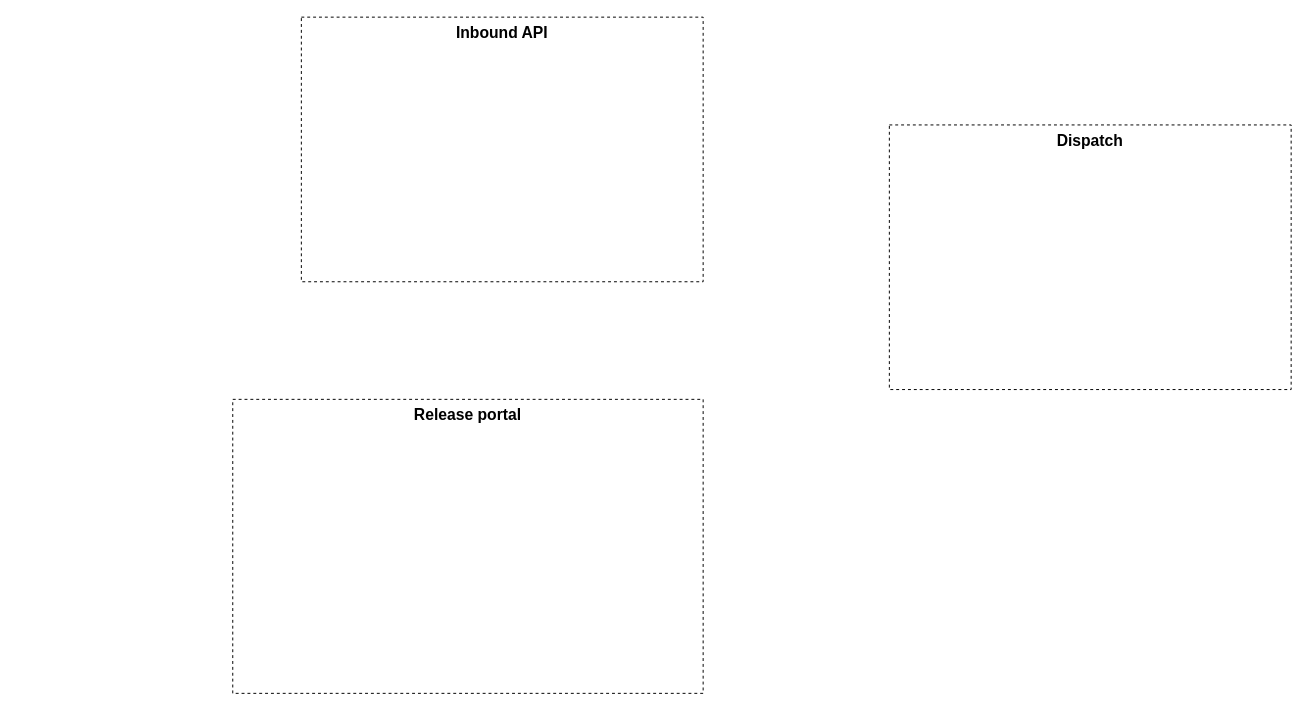
Earlier version of the draw.io diagram ML model workflow.drawio (gbates-e2open/drawioFiles). Source tidied: cells renumbered, new cells numbered last; positions are measured from the earlier drawing's top-left corner, leaving out a move shared by most shapes. Both pictures are drawn from the tidied source at 98%, with x=0, y=0 at pixel (232, 17).
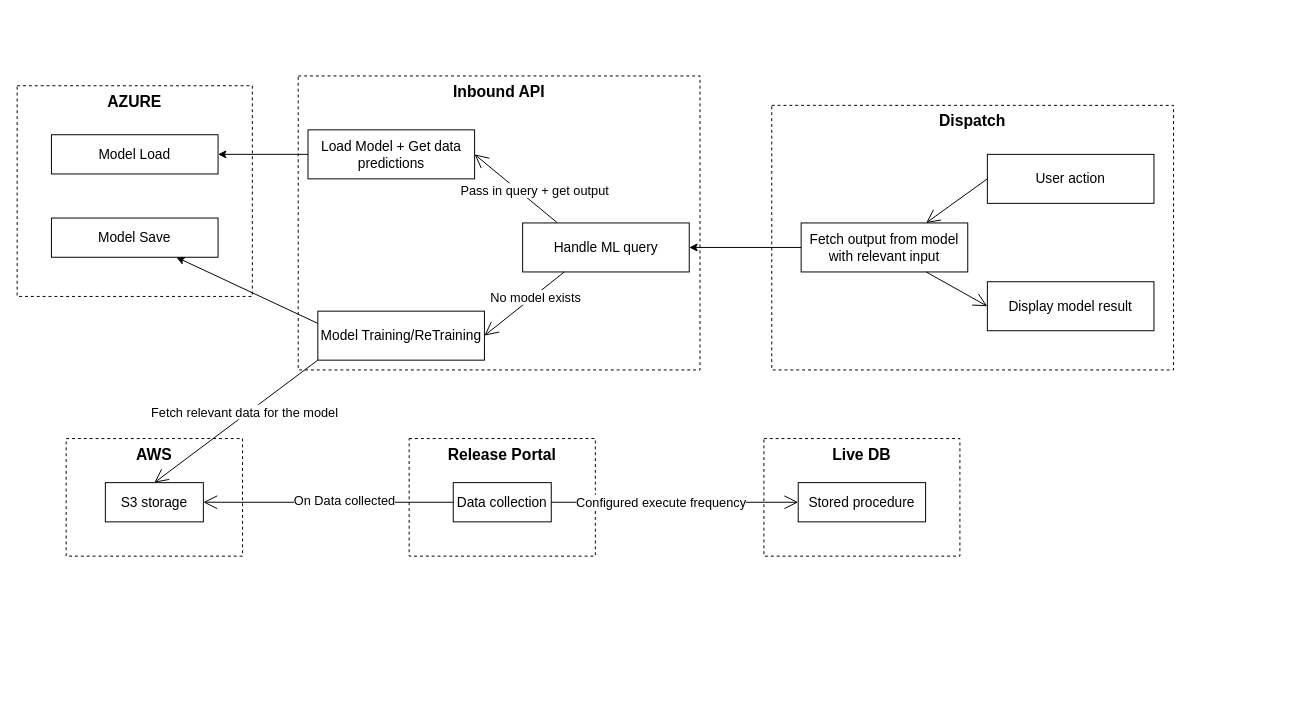
The same diagram, later.

Change to the diagram source:
```diff
@@
     <mxCell id="2" value="&lt;font style=&quot;font-size: 16px;&quot;&gt;&lt;b&gt;Inbound API&lt;/b&gt;&lt;/font&gt;" style="html=1;whiteSpace=wrap;dashed=1;gradientColor=default;fillColor=none;labelPosition=center;verticalLabelPosition=middle;align=center;verticalAlign=top;" parent="1" vertex="1">
-      <mxGeometry x="70" width="410" height="270" as="geometry" />
+      <mxGeometry x="66.8" y="60" width="410" height="300" as="geometry" />
     </mxCell>
     <mxCell id="3" value="&lt;span style=&quot;font-size: 16px;&quot;&gt;&lt;b&gt;Dispatch&lt;/b&gt;&lt;/span&gt;" style="html=1;whiteSpace=wrap;dashed=1;gradientColor=default;fillColor=none;labelPosition=center;verticalLabelPosition=middle;align=center;verticalAlign=top;" parent="1" vertex="1">
-      <mxGeometry x="670" y="110" width="410" height="270" as="geometry" />
+      <mxGeometry x="550" y="90" width="410" height="270" as="geometry" />
     </mxCell>
-    <mxCell id="4" value="&lt;font style=&quot;font-size: 16px;&quot;&gt;&lt;b&gt;Release portal&lt;/b&gt;&lt;/font&gt;" style="html=1;whiteSpace=wrap;dashed=1;gradientColor=default;fillColor=none;labelPosition=center;verticalLabelPosition=middle;align=center;verticalAlign=top;" parent="1" vertex="1">
-      <mxGeometry y="390" width="480" height="300" as="geometry" />
-    </mxCell>
+    <mxCell id="5" value="&lt;font style=&quot;font-size: 16px;&quot;&gt;&lt;b&gt;Release Portal&lt;/b&gt;&lt;/font&gt;" style="html=1;whiteSpace=wrap;dashed=1;gradientColor=default;fillColor=none;labelPosition=center;verticalLabelPosition=middle;align=center;verticalAlign=top;" parent="1" vertex="1">
+      <mxGeometry x="180" y="430" width="190" height="120" as="geometry" />
+    </mxCell>
+    <mxCell id="6" value="Data collection" style="whiteSpace=wrap;html=1;align=center;fontSize=14;" parent="1" vertex="1">
+      <mxGeometry x="225" y="475" width="100" height="40" as="geometry" />
+    </mxCell>
+    <mxCell id="7" value="&lt;span style=&quot;font-size: 16px;&quot;&gt;&lt;b&gt;Live DB&lt;/b&gt;&lt;/span&gt;" style="html=1;whiteSpace=wrap;dashed=1;gradientColor=default;fillColor=none;labelPosition=center;verticalLabelPosition=middle;align=center;verticalAlign=top;" parent="1" vertex="1">
+      <mxGeometry x="542" y="430" width="200" height="120" as="geometry" />
+    </mxCell>
+    <mxCell id="8" value="Stored procedure" style="whiteSpace=wrap;html=1;align=center;fontSize=14;" parent="1" vertex="1">
+      <mxGeometry x="577" y="475" width="130" height="40" as="geometry" />
+    </mxCell>
+    <mxCell id="9" style="endArrow=open;endFill=1;endSize=12;html=1;rounded=0;exitX=1;exitY=0.5;exitDx=0;exitDy=0;entryX=0;entryY=0.5;entryDx=0;entryDy=0;" parent="1" edge="1" source="6" target="8">
+      <mxGeometry relative="1" as="geometry" />
+    </mxCell>
+    <mxCell id="10" value="Configured execute frequency" style="edgeLabel;html=1;align=center;verticalAlign=middle;fontSize=13;" parent="9" vertex="1">
+      <mxGeometry x="-0.12" y="1" relative="1" as="geometry" />
+    </mxCell>
+    <mxCell id="11" value="&lt;span style=&quot;font-size: 16px;&quot;&gt;&lt;b&gt;AWS&lt;/b&gt;&lt;/span&gt;" style="html=1;whiteSpace=wrap;dashed=1;gradientColor=default;fillColor=none;labelPosition=center;verticalLabelPosition=middle;align=center;verticalAlign=top;" parent="1" vertex="1">
+      <mxGeometry x="-170" y="430" width="180" height="120" as="geometry" />
+    </mxCell>
+    <mxCell id="12" style="endArrow=open;endFill=1;endSize=12;html=1;rounded=0;exitX=0;exitY=0.5;exitDx=0;exitDy=0;entryX=1;entryY=0.5;entryDx=0;entryDy=0;" parent="1" edge="1" source="6" target="14">
+      <mxGeometry relative="1" as="geometry" />
+    </mxCell>
+    <mxCell id="13" value="On Data collected" style="edgeLabel;html=1;align=center;verticalAlign=middle;fontSize=13;" parent="12" vertex="1">
+      <mxGeometry x="-0.12" y="-3" relative="1" as="geometry" />
+    </mxCell>
+    <mxCell id="14" value="S3 storage" style="whiteSpace=wrap;html=1;align=center;fontSize=14;" parent="1" vertex="1">
+      <mxGeometry x="-130" y="475" width="100" height="40" as="geometry" />
+    </mxCell>
+    <mxCell id="15" style="rounded=0;jettySize=auto;html=1;exitX=0;exitY=0.25;exitDx=0;exitDy=0;entryX=0.75;entryY=1;entryDx=0;entryDy=0;" parent="1" edge="1" source="16" target="33">
+      <mxGeometry relative="1" as="geometry" />
+    </mxCell>
+    <mxCell id="16" value="Model Training/ReTraining" style="whiteSpace=wrap;html=1;align=center;fontSize=14;" parent="1" vertex="1">
+      <mxGeometry x="86.8" y="300" width="170" height="50" as="geometry" />
+    </mxCell>
+    <mxCell id="17" style="endArrow=open;endFill=1;endSize=12;html=1;rounded=0;exitX=0;exitY=1;exitDx=0;exitDy=0;entryX=0.5;entryY=0;entryDx=0;entryDy=0;" parent="1" edge="1" source="16" target="14">
+      <mxGeometry relative="1" as="geometry" />
+    </mxCell>
+    <mxCell id="18" value="Fetch relevant data for the model" style="edgeLabel;html=1;align=center;verticalAlign=middle;fontSize=13;" parent="17" vertex="1">
+      <mxGeometry x="-0.12" y="-3" relative="1" as="geometry" />
+    </mxCell>
+    <mxCell id="19" style="edgeStyle=orthogonalEdgeStyle;rounded=0;jettySize=auto;html=1;exitX=0;exitY=0.5;exitDx=0;exitDy=0;entryX=1;entryY=0.5;entryDx=0;entryDy=0;" parent="1" edge="1" source="20" target="21">
+      <mxGeometry relative="1" as="geometry" />
+    </mxCell>
+    <mxCell id="20" value="Fetch output from model&lt;div&gt;with relevant input&lt;/div&gt;" style="whiteSpace=wrap;html=1;align=center;fontSize=14;" parent="1" vertex="1">
+      <mxGeometry x="580" y="210" width="170" height="50" as="geometry" />
+    </mxCell>
+    <mxCell id="21" value="Handle ML query" style="whiteSpace=wrap;html=1;align=center;fontSize=14;" parent="1" vertex="1">
+      <mxGeometry x="295.8" y="210" width="170" height="50" as="geometry" />
+    </mxCell>
+    <mxCell id="22" style="endArrow=open;endFill=1;endSize=12;html=1;rounded=0;exitX=0.25;exitY=1;exitDx=0;exitDy=0;entryX=1;entryY=0.5;entryDx=0;entryDy=0;" parent="1" edge="1" source="21" target="16">
+      <mxGeometry relative="1" as="geometry" />
+    </mxCell>
+    <mxCell id="23" value="&lt;font style=&quot;font-size: 13px;&quot;&gt;No model exists&lt;/font&gt;" style="edgeLabel;html=1;align=center;verticalAlign=middle;" parent="22" vertex="1">
+      <mxGeometry x="-0.25" y="1" relative="1" as="geometry" />
+    </mxCell>
+    <mxCell id="24" style="edgeStyle=orthogonalEdgeStyle;rounded=0;jettySize=auto;html=1;exitX=0;exitY=0.5;exitDx=0;exitDy=0;entryX=1;entryY=0.5;entryDx=0;entryDy=0;" parent="1" edge="1" source="25" target="34">
+      <mxGeometry relative="1" as="geometry" />
+    </mxCell>
+    <mxCell id="25" value="Load Model + Get data predictions" style="whiteSpace=wrap;html=1;align=center;fontSize=14;" parent="1" vertex="1">
+      <mxGeometry x="76.8" y="115" width="170" height="50" as="geometry" />
+    </mxCell>
+    <mxCell id="26" style="endArrow=open;endFill=1;endSize=12;html=1;rounded=0;exitX=0.207;exitY=-0.007;exitDx=0;exitDy=0;exitPerimeter=0;entryX=1;entryY=0.5;entryDx=0;entryDy=0;" parent="1" edge="1" source="21" target="25">
+      <mxGeometry relative="1" as="geometry" />
+    </mxCell>
+    <mxCell id="27" value="Pass in query + get output" style="edgeLabel;html=1;align=center;verticalAlign=middle;fontSize=13;" parent="26" vertex="1">
+      <mxGeometry x="0.27" y="1" relative="1" as="geometry">
+        <mxPoint x="30" y="10" as="offset" />
+      </mxGeometry>
+    </mxCell>
+    <mxCell id="28" value="User action" style="whiteSpace=wrap;html=1;align=center;fontSize=14;" parent="1" vertex="1">
+      <mxGeometry x="770" y="140" width="170" height="50" as="geometry" />
+    </mxCell>
+    <mxCell id="29" style="endArrow=open;endFill=1;endSize=12;html=1;rounded=0;exitX=0;exitY=0.5;exitDx=0;exitDy=0;entryX=0.75;entryY=0;entryDx=0;entryDy=0;" parent="1" edge="1" source="28" target="20">
+      <mxGeometry relative="1" as="geometry" />
+    </mxCell>
+    <mxCell id="30" value="Display model result" style="whiteSpace=wrap;html=1;align=center;fontSize=14;" parent="1" vertex="1">
+      <mxGeometry x="770" y="270" width="170" height="50" as="geometry" />
+    </mxCell>
+    <mxCell id="31" style="endArrow=open;endFill=1;endSize=12;html=1;rounded=0;exitX=0.75;exitY=1;exitDx=0;exitDy=0;entryX=0;entryY=0.5;entryDx=0;entryDy=0;" parent="1" edge="1" source="20" target="30">
+      <mxGeometry relative="1" as="geometry" />
+    </mxCell>
+    <mxCell id="32" value="&lt;span style=&quot;font-size: 16px;&quot;&gt;&lt;b&gt;AZURE&lt;/b&gt;&lt;/span&gt;" style="html=1;whiteSpace=wrap;dashed=1;gradientColor=default;fillColor=none;labelPosition=center;verticalLabelPosition=middle;align=center;verticalAlign=top;" parent="1" vertex="1">
+      <mxGeometry x="-220" y="70" width="240" height="215" as="geometry" />
+    </mxCell>
+    <mxCell id="33" value="Model Save" style="whiteSpace=wrap;html=1;align=center;fontSize=14;" parent="1" vertex="1">
+      <mxGeometry x="-185" y="205" width="170" height="40" as="geometry" />
+    </mxCell>
+    <mxCell id="34" value="Model Load" style="whiteSpace=wrap;html=1;align=center;fontSize=14;" parent="1" vertex="1">
+      <mxGeometry x="-185" y="120" width="170" height="40" as="geometry" />
+    </mxCell>
```
